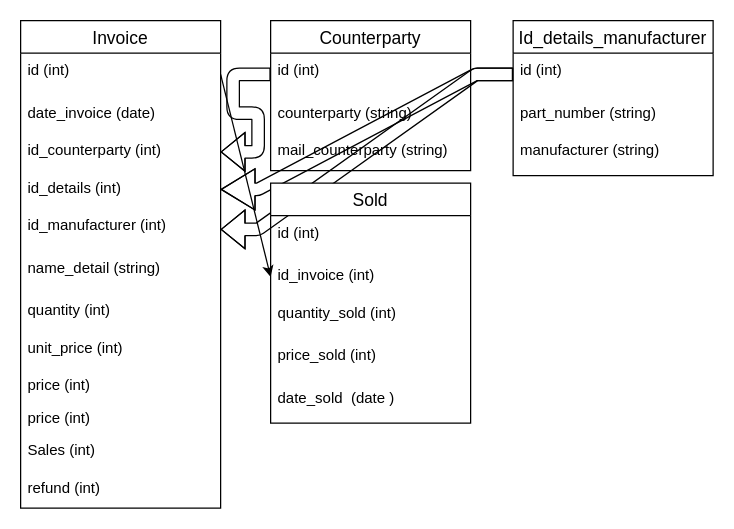
Before: db.drawio in Ruslan-qu/accounting, a draw.io diagram. Source tidied: cells renumbered, new cells numbered last; positions are measured from the earlier drawing's top-left corner, leaving out a move shared by most shapes. Both pictures are drawn from the tidied source at 125%, with x=0, y=0 at pixel (20, 20).
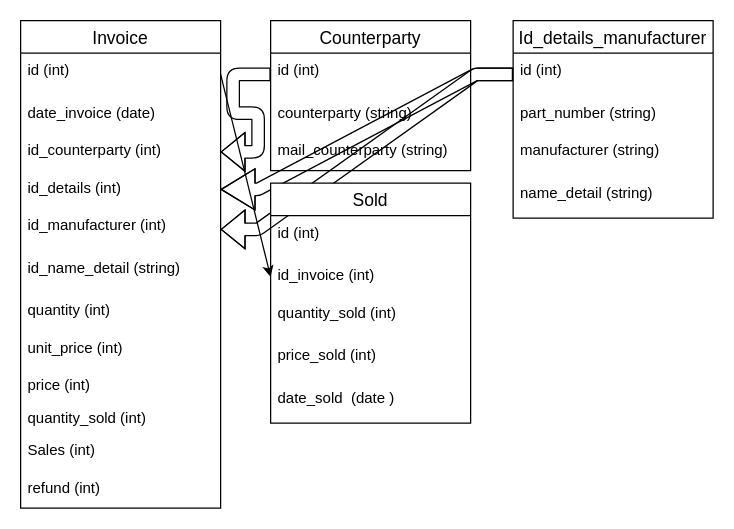
After the change.

Unchanged cells that the change refers to:
```xml
<mxCell id="2" value="Invoice" style="swimlane;fontStyle=0;horizontal=1;startSize=26;align=center;fontSize=14;" parent="1" vertex="1">
  <mxGeometry width="160" height="390" as="geometry" />
</mxCell>
```

The edit, as a diff of the source:
```diff
@@
-    <mxCell id="8" value="name_detail (string)" style="text;strokeColor=none;fillColor=none;spacingLeft=4;spacingRight=4;overflow=hidden;fontSize=12;" parent="2" vertex="1">
+    <mxCell id="8" value="id_name_detail (string)" style="text;strokeColor=none;fillColor=none;spacingLeft=4;spacingRight=4;overflow=hidden;fontSize=12;" parent="2" vertex="1">
       <mxGeometry y="184" width="160" height="34" as="geometry" />
     </mxCell>
@@
-    <mxCell id="12" value="price (int)" style="text;strokeColor=none;fillColor=none;spacingLeft=4;spacingRight=4;overflow=hidden;fontSize=12;" parent="2" vertex="1">
+    <mxCell id="12" value="quantity_sold (int)" style="text;strokeColor=none;fillColor=none;spacingLeft=4;spacingRight=4;overflow=hidden;fontSize=12;" parent="2" vertex="1">
       <mxGeometry y="304" width="160" height="26" as="geometry" />
     </mxCell>
@@
     <mxCell id="19" value="Id_details_manufacturer" style="swimlane;fontStyle=0;horizontal=1;startSize=26;align=center;fontSize=14;" parent="1" vertex="1">
-      <mxGeometry x="394" width="160" height="124" as="geometry" />
+      <mxGeometry x="394" width="160" height="158" as="geometry" />
     </mxCell>
@@
+    <mxCell id="33" value="name_detail (string)" style="text;strokeColor=none;fillColor=none;spacingLeft=4;spacingRight=4;overflow=hidden;fontSize=12;" parent="19" vertex="1">
+      <mxGeometry y="124" width="160" height="34" as="geometry" />
+    </mxCell>
```
